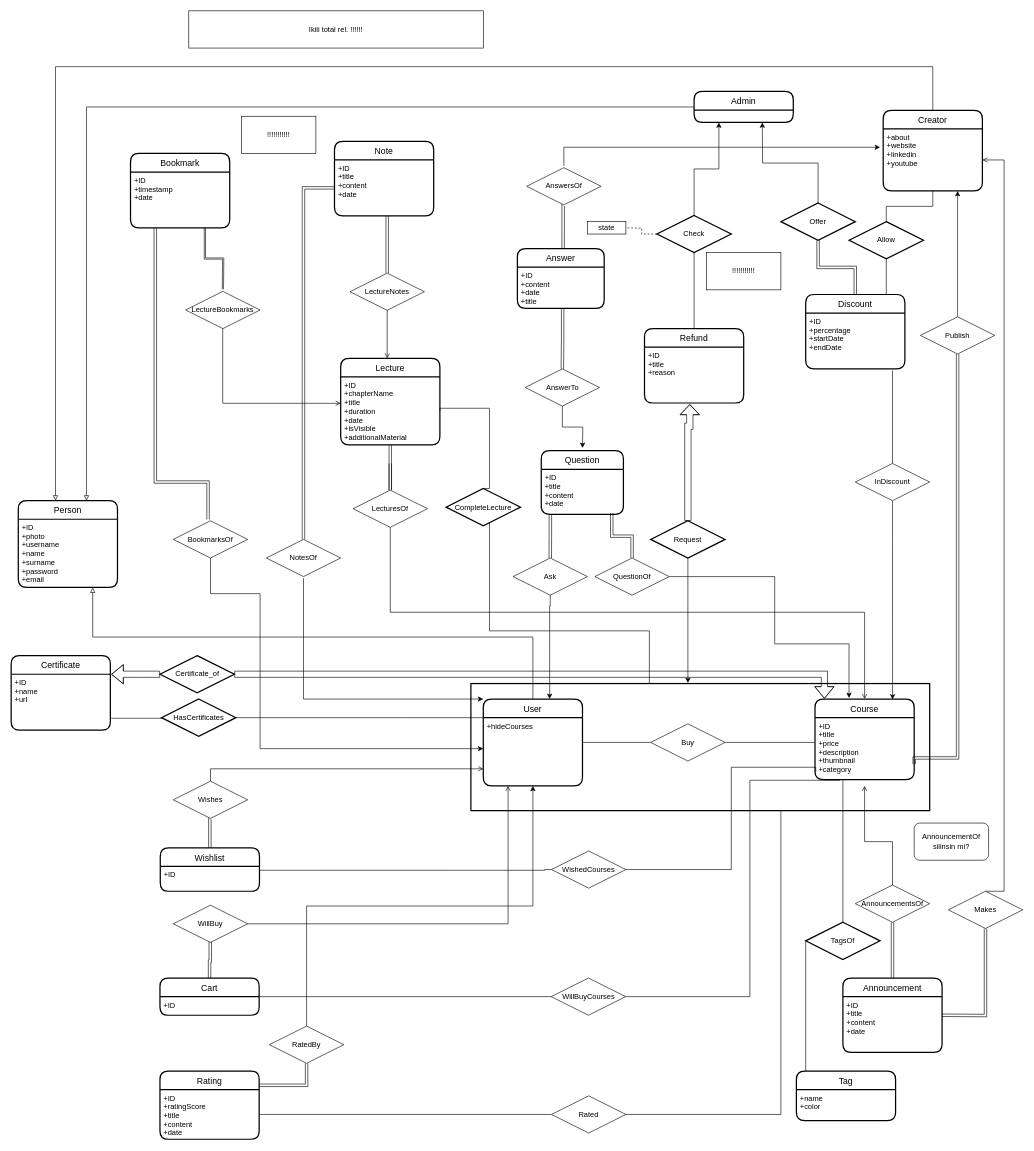
This is page "Page-3" (3 of 4) of ER.drawio from muratangin187/CS353-Project, a draw.io file, before an edit. Source tidied: cells renumbered, new cells numbered last; positions are measured from the earlier drawing's top-left corner, leaving out a move shared by most shapes. Both pictures are drawn from the tidied source at 62%, with x=0, y=0 at pixel (11, 11).
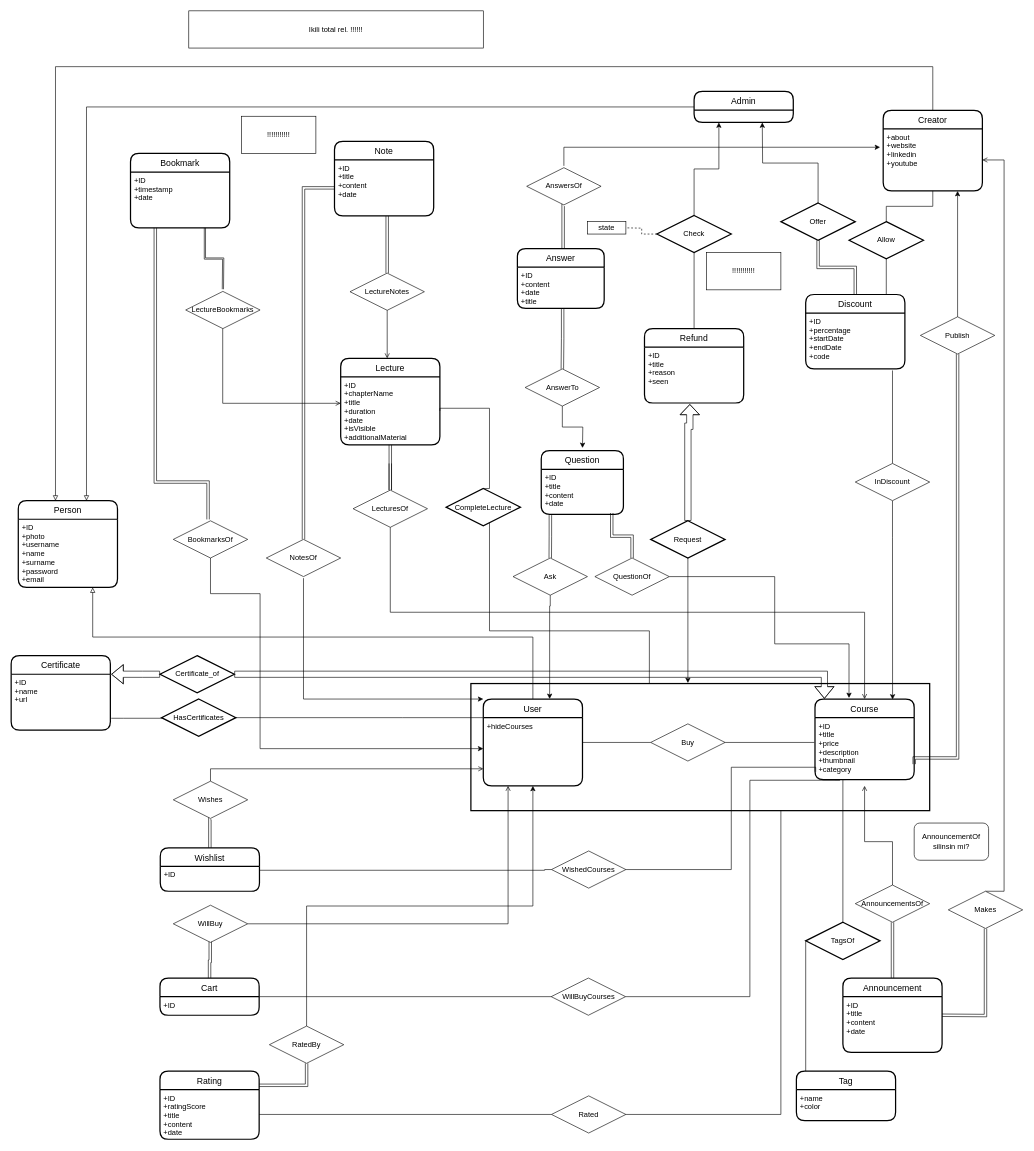
The same page after the edit.

The change refers to these unchanged cells:
```xml
<mxCell id="102" value="Refund" style="swimlane;horizontal=1;startSize=30;rounded=1;fontSize=14;fontStyle=0;strokeWidth=2;shadow=0;dashed=0;align=center;" parent="1" vertex="1">
  <mxGeometry x="1022" y="512.5" width="160" height="120" as="geometry" />
</mxCell>
<mxCell id="111" value="Discount" style="swimlane;horizontal=1;startSize=30;rounded=1;fontSize=14;fontStyle=0;strokeWidth=2;shadow=0;dashed=0;align=center;" parent="1" vertex="1">
  <mxGeometry x="1282" y="457.5" width="160" height="120" as="geometry" />
</mxCell>
```

Diff of the diagram source:
```diff
@@
-    <mxCell id="103" value="+ID&#10;+title&#10;+reason" style="align=left;strokeColor=none;fillColor=none;spacingLeft=4;fontSize=12;verticalAlign=top;" parent="102" vertex="1">
+    <mxCell id="103" value="+ID&#10;+title&#10;+reason&#10;+seen" style="align=left;strokeColor=none;fillColor=none;spacingLeft=4;fontSize=12;verticalAlign=top;" parent="102" vertex="1">
       <mxGeometry y="30" width="160" height="90" as="geometry" />
     </mxCell>
@@
-    <mxCell id="112" value="+ID&#10;+percentage&#10;+startDate&#10;+endDate" style="align=left;strokeColor=none;fillColor=none;spacingLeft=4;fontSize=12;verticalAlign=top;" parent="111" vertex="1">
+    <mxCell id="112" value="+ID&#10;+percentage&#10;+startDate&#10;+endDate&#10;+code" style="align=left;strokeColor=none;fillColor=none;spacingLeft=4;fontSize=12;verticalAlign=top;" parent="111" vertex="1">
       <mxGeometry y="30" width="160" height="90" as="geometry" />
     </mxCell>
```
